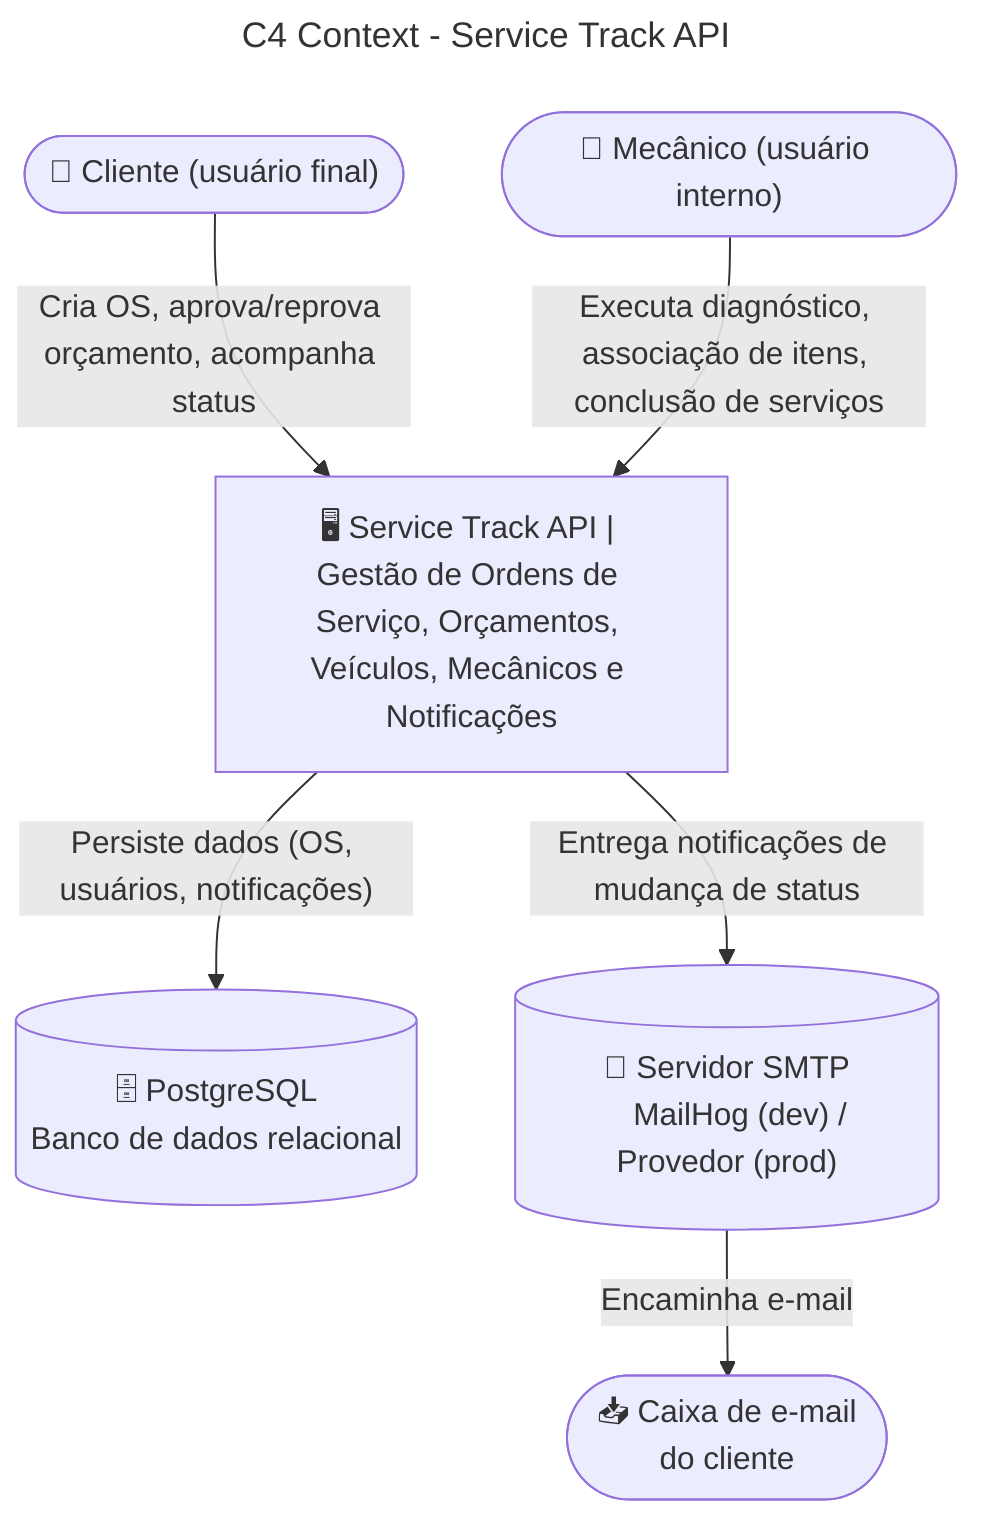
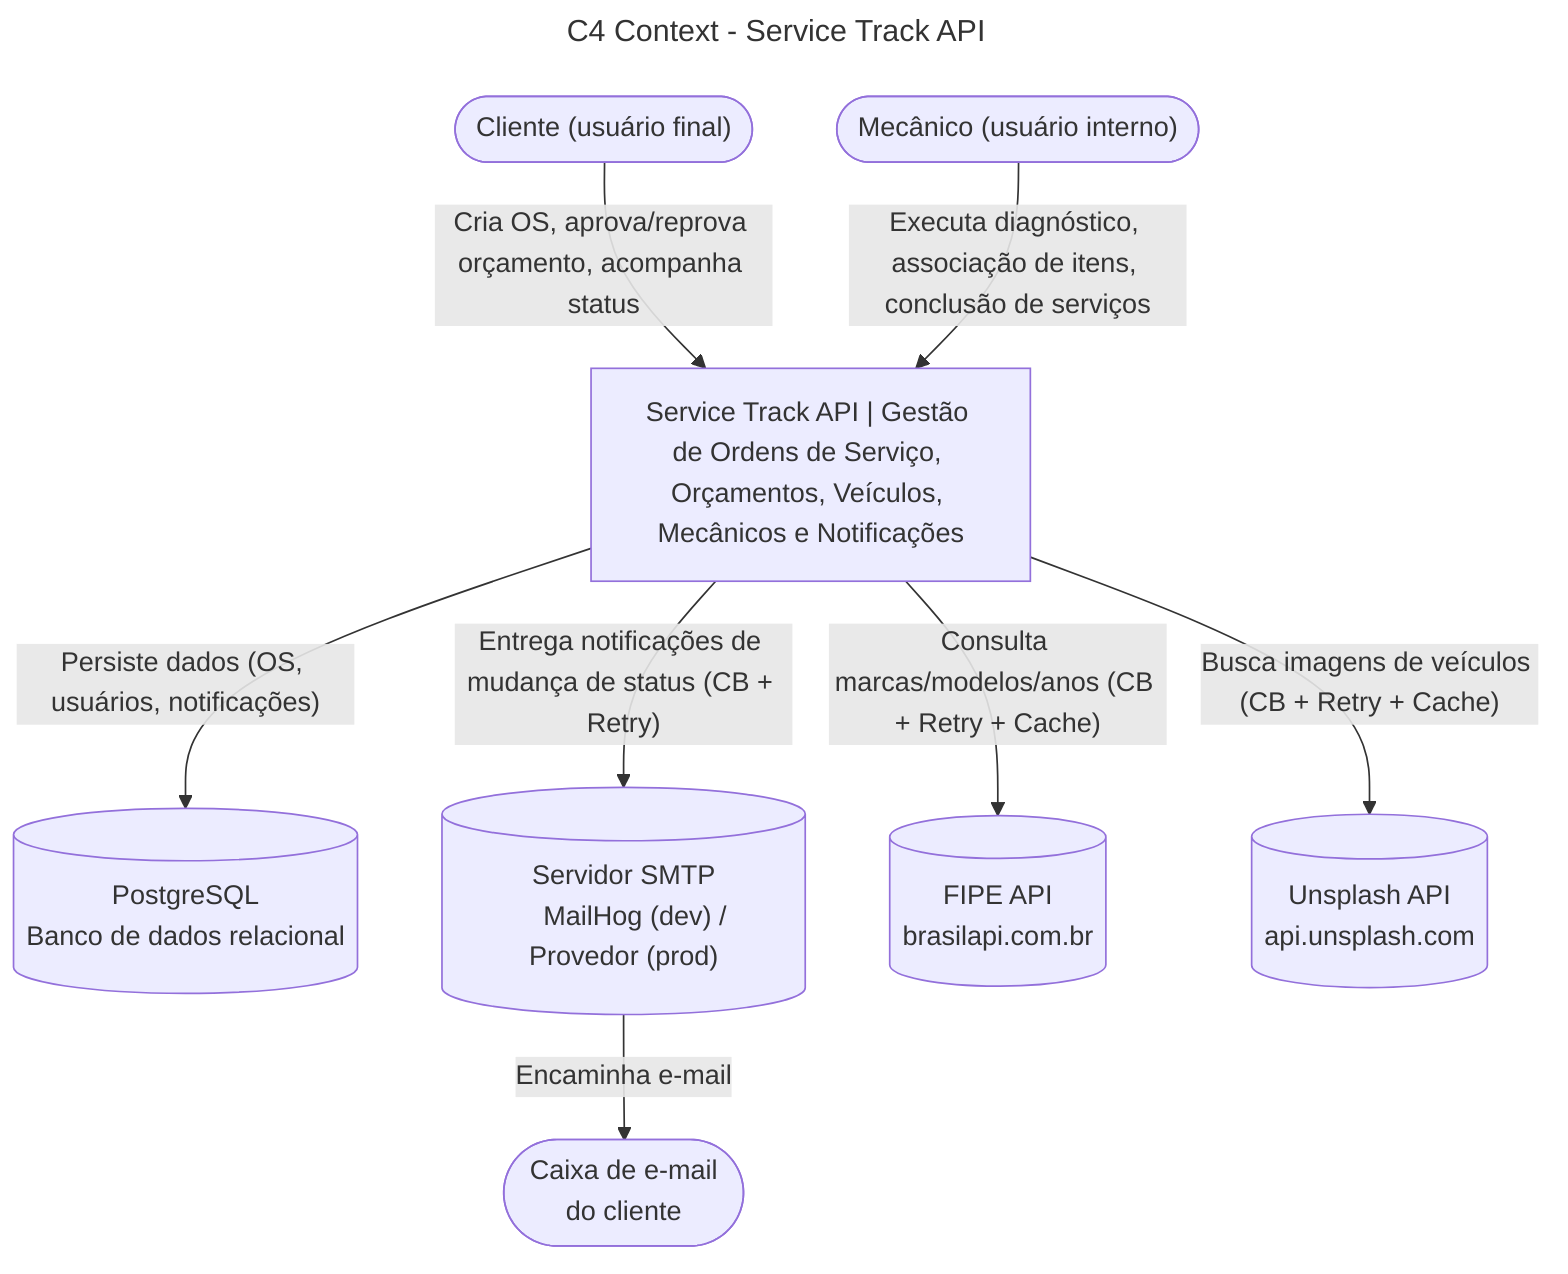
---
title: C4 Context - Service Track API
---
flowchart TD
-     Cliente(["👤 Cliente (usuário final)"])
-     Mecanico(["🔧 Mecânico (usuário interno)"])
+     Cliente(["Cliente (usuário final)"])
+     Mecanico(["Mecânico (usuário interno)"])

-     ST["🖥️ Service Track API | Gestão de Ordens de Serviço, Orçamentos, Veículos, Mecânicos e Notificações"]
+     ST["Service Track API | Gestão de Ordens de Serviço, Orçamentos, Veículos, Mecânicos e Notificações"]

-     DB[("🗄️ PostgreSQL
+     DB[("PostgreSQL
    Banco de dados relacional")]

-     SMTP[("📮 Servidor SMTP
+     SMTP[("Servidor SMTP
    MailHog (dev) / Provedor (prod)")]

-     InboxCliente(["📥 Caixa de e-mail
+     FIPE[("FIPE API
+     brasilapi.com.br")]
+ 
+     UNSPLASH[("Unsplash API
+     api.unsplash.com")]
+ 
+     InboxCliente(["Caixa de e-mail
    do cliente"])

    Cliente -->|"Cria OS, aprova/reprova orçamento, acompanha status"| ST
    Mecanico -->|"Executa diagnóstico, associação de itens, conclusão de serviços"| ST
    ST -->|"Persiste dados (OS, usuários, notificações)"| DB
-     ST -->|"Entrega notificações de mudança de status"| SMTP
+     ST -->|"Entrega notificações de mudança de status (CB + Retry)"| SMTP
+     ST -->|"Consulta marcas/modelos/anos (CB + Retry + Cache)"| FIPE
+     ST -->|"Busca imagens de veículos (CB + Retry + Cache)"| UNSPLASH
    SMTP -->|"Encaminha e-mail"| InboxCliente
